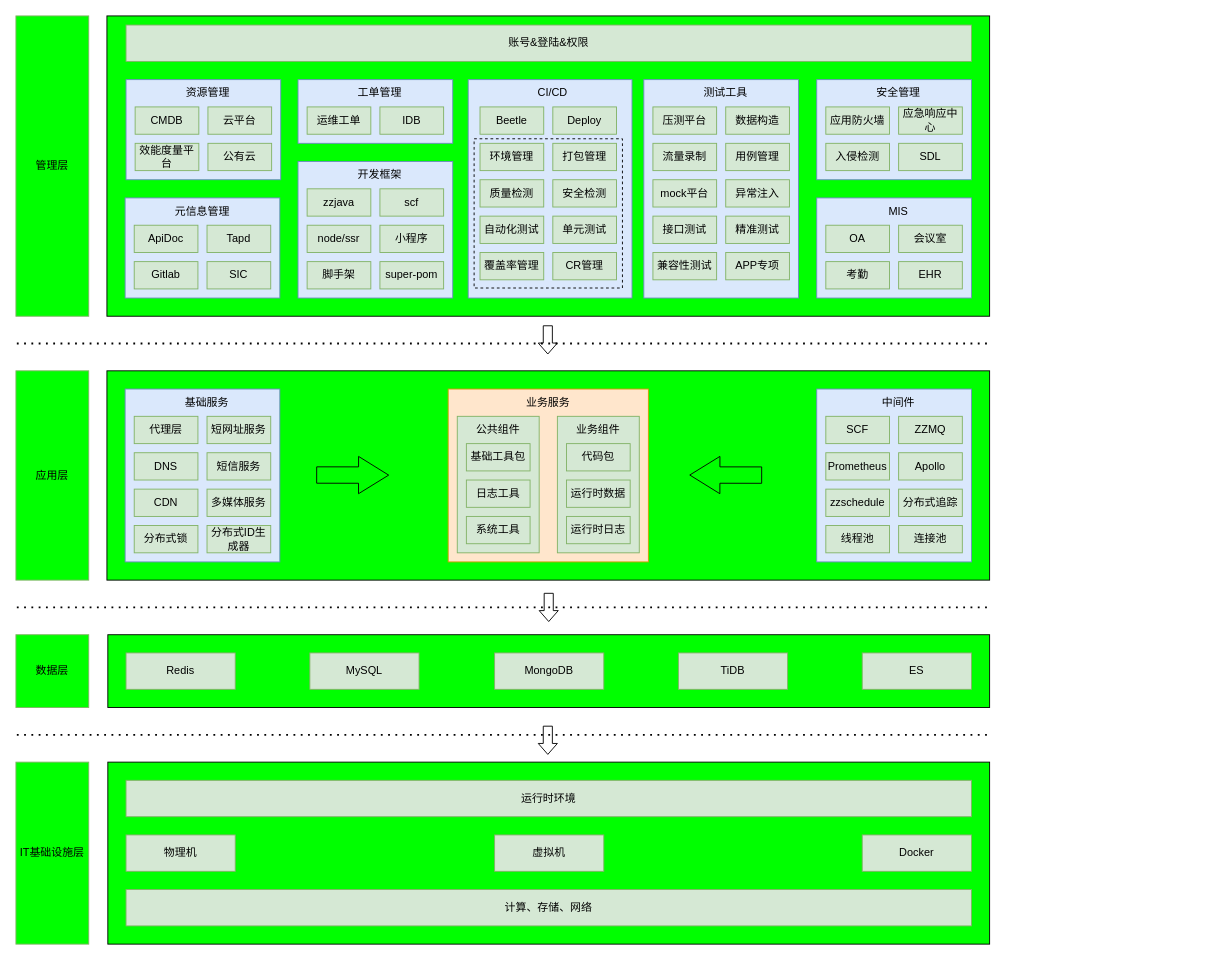
The draw.io diagram tc/技术基础体系架构.drawio in zhuanzhuan-tech/arch-draw-io, before the edit. Source tidied: cells renumbered, new cells numbered last; positions are measured from the earlier drawing's top-left corner, leaving out a move shared by most shapes. Both pictures are drawn from the tidied source at 91%, with x=0, y=0 at pixel (15, 15).
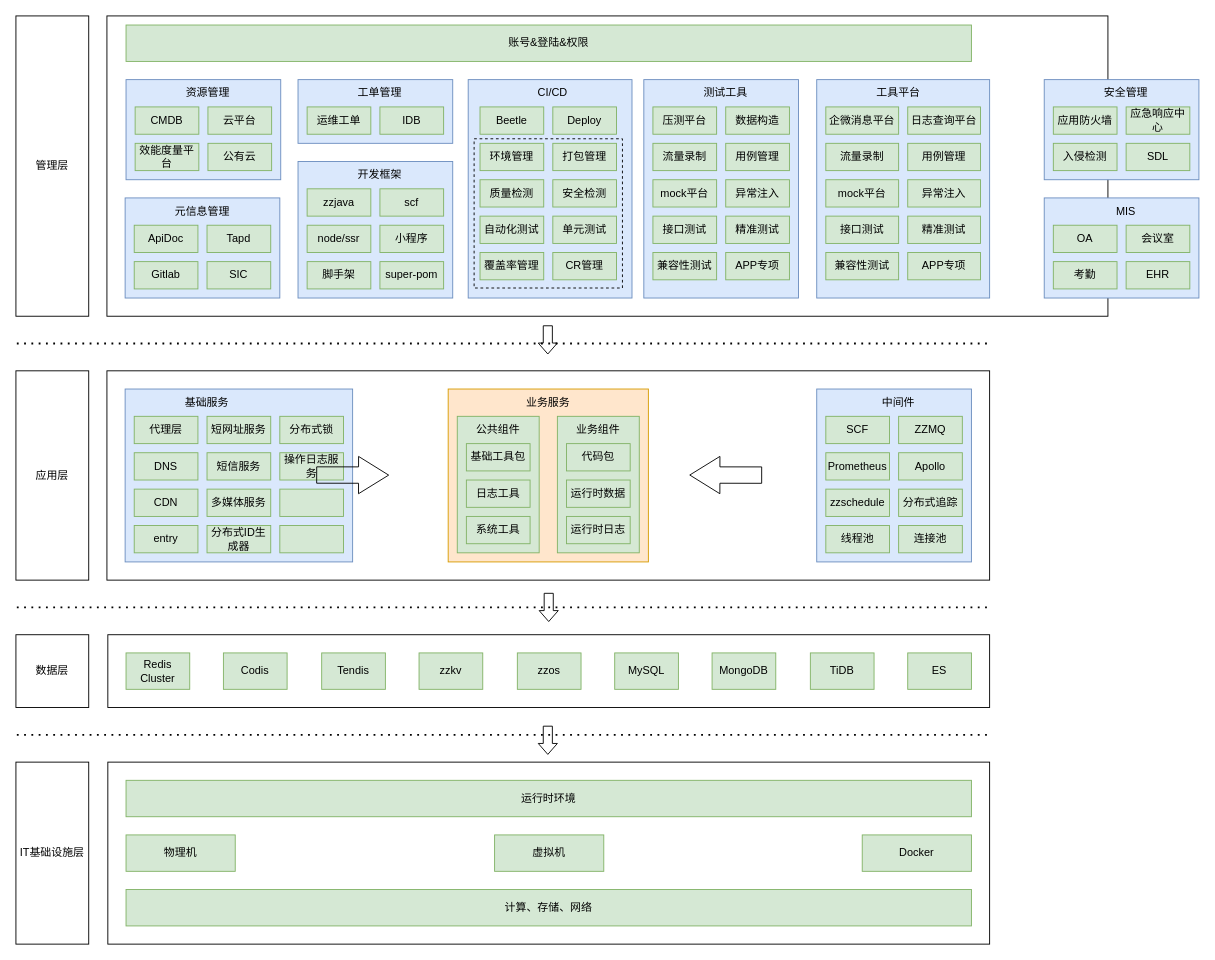
After the change.

Commit message:
更新技术基础体系架构.drawio

Change to the diagram source:
```diff
@@
-    <mxCell id="2" style="rounded=0;whiteSpace=wrap;html=1;fillColor=#00FF00;" parent="1" vertex="1">
+    <mxCell id="2" style="rounded=0;whiteSpace=wrap;html=1;" parent="1" vertex="1">
       <mxGeometry x="101" y="820" width="969" height="200" as="geometry" />
     </mxCell>
-    <mxCell id="3" value="IT基础设施层" style="rounded=0;whiteSpace=wrap;html=1;fillColor=#00FF00;strokeColor=#82b366;" parent="1" vertex="1">
+    <mxCell id="3" value="IT基础设施层" style="rounded=0;whiteSpace=wrap;html=1;" parent="1" vertex="1">
       <mxGeometry y="820" width="80" height="200" as="geometry" />
     </mxCell>
@@
-    <mxCell id="10" style="rounded=0;whiteSpace=wrap;html=1;fillColor=#00FF00;" parent="1" vertex="1">
+    <mxCell id="10" style="rounded=0;whiteSpace=wrap;html=1;" parent="1" vertex="1">
       <mxGeometry x="101" y="680" width="969" height="80" as="geometry" />
     </mxCell>
-    <mxCell id="11" value="数据层" style="rounded=0;whiteSpace=wrap;html=1;fillColor=#00FF00;strokeColor=#82b366;" parent="1" vertex="1">
+    <mxCell id="11" value="数据层" style="rounded=0;whiteSpace=wrap;html=1;" parent="1" vertex="1">
       <mxGeometry y="680" width="80" height="80" as="geometry" />
     </mxCell>
-    <mxCell id="12" value="Redis" style="rounded=0;whiteSpace=wrap;html=1;fillColor=#d5e8d4;strokeColor=#82b366;" parent="1" vertex="1">
-      <mxGeometry x="121" y="700" width="120" height="40" as="geometry" />
+    <mxCell id="12" value="Redis Cluster" style="rounded=0;whiteSpace=wrap;html=1;fillColor=#d5e8d4;strokeColor=#82b366;" parent="1" vertex="1">
+      <mxGeometry x="121" y="700" width="70" height="40" as="geometry" />
     </mxCell>
     <mxCell id="13" value="MySQL" style="rounded=0;whiteSpace=wrap;html=1;fillColor=#d5e8d4;strokeColor=#82b366;" parent="1" vertex="1">
-      <mxGeometry x="323" y="700" width="120" height="40" as="geometry" />
+      <mxGeometry x="658" y="700" width="70" height="40" as="geometry" />
     </mxCell>
     <mxCell id="14" value="ES" style="rounded=0;whiteSpace=wrap;html=1;fillColor=#d5e8d4;strokeColor=#82b366;" parent="1" vertex="1">
-      <mxGeometry x="930" y="700" width="120" height="40" as="geometry" />
+      <mxGeometry x="980" y="700" width="70" height="40" as="geometry" />
     </mxCell>
@@
-    <mxCell id="16" style="rounded=0;whiteSpace=wrap;html=1;fillColor=#00FF00;" parent="1" vertex="1">
+    <mxCell id="16" style="rounded=0;whiteSpace=wrap;html=1;" parent="1" vertex="1">
       <mxGeometry x="100" y="390" width="970" height="230" as="geometry" />
     </mxCell>
-    <mxCell id="17" value="应用层" style="rounded=0;whiteSpace=wrap;html=1;fillColor=#00FF00;strokeColor=#82b366;" parent="1" vertex="1">
+    <mxCell id="17" value="应用层" style="rounded=0;whiteSpace=wrap;html=1;" parent="1" vertex="1">
       <mxGeometry y="390" width="80" height="230" as="geometry" />
     </mxCell>
-    <mxCell id="18" style="rounded=0;whiteSpace=wrap;html=1;fillColor=#00FF00;" parent="1" vertex="1">
-      <mxGeometry x="100" width="970" height="330" as="geometry" />
+    <mxCell id="18" style="rounded=0;whiteSpace=wrap;html=1;" parent="1" vertex="1">
+      <mxGeometry x="100" width="1100" height="330" as="geometry" />
     </mxCell>
-    <mxCell id="19" value="管理层" style="rounded=0;whiteSpace=wrap;html=1;fillColor=#00FF00;strokeColor=#82b366;" parent="1" vertex="1">
+    <mxCell id="19" value="管理层" style="rounded=0;whiteSpace=wrap;html=1;" parent="1" vertex="1">
       <mxGeometry width="80" height="330" as="geometry" />
     </mxCell>
@@
     <mxCell id="45" value="&lt;div style=&quot;&quot;&gt;&lt;br&gt;&lt;/div&gt;" style="rounded=0;whiteSpace=wrap;html=1;fillColor=#dae8fc;strokeColor=#6c8ebf;align=center;" parent="1" vertex="1">
-      <mxGeometry x="880" y="200" width="170" height="110" as="geometry" />
+      <mxGeometry x="1130" y="200" width="170" height="110" as="geometry" />
     </mxCell>
     <mxCell id="46" value="MIS" style="text;html=1;strokeColor=none;fillColor=none;align=center;verticalAlign=middle;whiteSpace=wrap;rounded=0;" parent="1" vertex="1">
-      <mxGeometry x="940" y="200" width="60" height="30" as="geometry" />
+      <mxGeometry x="1190" y="200" width="60" height="30" as="geometry" />
     </mxCell>
     <mxCell id="47" value="考勤" style="rounded=0;whiteSpace=wrap;html=1;fillColor=#d5e8d4;strokeColor=#82b366;" parent="1" vertex="1">
-      <mxGeometry x="890" y="270" width="70" height="30" as="geometry" />
+      <mxGeometry x="1140" y="270" width="70" height="30" as="geometry" />
     </mxCell>
     <mxCell id="48" value="OA" style="rounded=0;whiteSpace=wrap;html=1;fillColor=#d5e8d4;strokeColor=#82b366;" parent="1" vertex="1">
-      <mxGeometry x="890" y="230" width="70" height="30" as="geometry" />
+      <mxGeometry x="1140" y="230" width="70" height="30" as="geometry" />
     </mxCell>
     <mxCell id="49" value="EHR" style="rounded=0;whiteSpace=wrap;html=1;fillColor=#d5e8d4;strokeColor=#82b366;" parent="1" vertex="1">
-      <mxGeometry x="970" y="270" width="70" height="30" as="geometry" />
+      <mxGeometry x="1220" y="270" width="70" height="30" as="geometry" />
     </mxCell>
     <mxCell id="50" value="会议室" style="rounded=0;whiteSpace=wrap;html=1;fillColor=#d5e8d4;strokeColor=#82b366;" parent="1" vertex="1">
-      <mxGeometry x="970" y="230" width="70" height="30" as="geometry" />
+      <mxGeometry x="1220" y="230" width="70" height="30" as="geometry" />
     </mxCell>
     <mxCell id="51" value="&lt;div style=&quot;&quot;&gt;&lt;br&gt;&lt;/div&gt;" style="rounded=0;whiteSpace=wrap;html=1;fillColor=#dae8fc;strokeColor=#6c8ebf;align=center;" parent="1" vertex="1">
-      <mxGeometry x="880" y="70" width="170" height="110" as="geometry" />
+      <mxGeometry x="1130" y="70" width="170" height="110" as="geometry" />
     </mxCell>
     <mxCell id="52" value="安全管理" style="text;html=1;strokeColor=none;fillColor=none;align=center;verticalAlign=middle;whiteSpace=wrap;rounded=0;" parent="1" vertex="1">
-      <mxGeometry x="940" y="70" width="60" height="30" as="geometry" />
+      <mxGeometry x="1190" y="70" width="60" height="30" as="geometry" />
     </mxCell>
     <mxCell id="53" value="入侵检测" style="rounded=0;whiteSpace=wrap;html=1;fillColor=#d5e8d4;strokeColor=#82b366;" parent="1" vertex="1">
-      <mxGeometry x="890" y="140" width="70" height="30" as="geometry" />
+      <mxGeometry x="1140" y="140" width="70" height="30" as="geometry" />
     </mxCell>
     <mxCell id="54" value="应用防火墙" style="rounded=0;whiteSpace=wrap;html=1;fillColor=#d5e8d4;strokeColor=#82b366;" parent="1" vertex="1">
-      <mxGeometry x="890" y="100" width="70" height="30" as="geometry" />
+      <mxGeometry x="1140" y="100" width="70" height="30" as="geometry" />
     </mxCell>
     <mxCell id="55" value="SDL" style="rounded=0;whiteSpace=wrap;html=1;fillColor=#d5e8d4;strokeColor=#82b366;" parent="1" vertex="1">
-      <mxGeometry x="970" y="140" width="70" height="30" as="geometry" />
+      <mxGeometry x="1220" y="140" width="70" height="30" as="geometry" />
     </mxCell>
     <mxCell id="56" value="应急响应中心" style="rounded=0;whiteSpace=wrap;html=1;fillColor=#d5e8d4;strokeColor=#82b366;" parent="1" vertex="1">
-      <mxGeometry x="970" y="100" width="70" height="30" as="geometry" />
+      <mxGeometry x="1220" y="100" width="70" height="30" as="geometry" />
     </mxCell>
@@
     <mxCell id="82" value="MongoDB" style="rounded=0;whiteSpace=wrap;html=1;fillColor=#d5e8d4;strokeColor=#82b366;" parent="1" vertex="1">
-      <mxGeometry x="526" y="700" width="120" height="40" as="geometry" />
+      <mxGeometry x="765" y="700" width="70" height="40" as="geometry" />
     </mxCell>
@@
     <mxCell id="84" value="TiDB" style="rounded=0;whiteSpace=wrap;html=1;fillColor=#d5e8d4;strokeColor=#82b366;" parent="1" vertex="1">
-      <mxGeometry x="728" y="700" width="120" height="40" as="geometry" />
+      <mxGeometry x="873" y="700" width="70" height="40" as="geometry" />
     </mxCell>
     <mxCell id="85" style="group;" parent="1" vertex="1">
-      <mxGeometry x="120" y="410" width="170" height="190" as="geometry" />
+      <mxGeometry x="120" y="410" width="250" height="190" as="geometry" />
     </mxCell>
     <mxCell id="86" value="&lt;div style=&quot;&quot;&gt;&lt;br&gt;&lt;/div&gt;" style="rounded=0;whiteSpace=wrap;html=1;fillColor=#dae8fc;strokeColor=#6c8ebf;align=center;" parent="85" vertex="1">
-      <mxGeometry width="170" height="190" as="geometry" />
+      <mxGeometry width="250" height="190" as="geometry" />
     </mxCell>
@@
-    <mxCell id="91" value="分布式锁" style="rounded=0;whiteSpace=wrap;html=1;fillColor=#d5e8d4;strokeColor=#82b366;" parent="85" vertex="1">
+    <mxCell id="91" value="entry" style="rounded=0;whiteSpace=wrap;html=1;fillColor=#d5e8d4;strokeColor=#82b366;" parent="85" vertex="1">
       <mxGeometry x="10" y="150" width="70" height="30" as="geometry" />
     </mxCell>
@@
+    <mxCell id="125" style="rounded=0;whiteSpace=wrap;html=1;fillColor=#d5e8d4;strokeColor=#82b366;" parent="85" vertex="1">
+      <mxGeometry x="170" y="110" width="70" height="30" as="geometry" />
+    </mxCell>
+    <mxCell id="126" value="操作日志服务" style="rounded=0;whiteSpace=wrap;html=1;fillColor=#d5e8d4;strokeColor=#82b366;" parent="85" vertex="1">
+      <mxGeometry x="170" y="70" width="70" height="30" as="geometry" />
+    </mxCell>
+    <mxCell id="127" value="分布式锁" style="rounded=0;whiteSpace=wrap;html=1;fillColor=#d5e8d4;strokeColor=#82b366;" parent="85" vertex="1">
+      <mxGeometry x="170" y="30" width="70" height="30" as="geometry" />
+    </mxCell>
+    <mxCell id="128" style="rounded=0;whiteSpace=wrap;html=1;fillColor=#d5e8d4;strokeColor=#82b366;" parent="85" vertex="1">
+      <mxGeometry x="170" y="150" width="70" height="30" as="geometry" />
+    </mxCell>
@@
+    <mxCell id="129" value="Codis" style="rounded=0;whiteSpace=wrap;html=1;fillColor=#d5e8d4;strokeColor=#82b366;" parent="1" vertex="1">
+      <mxGeometry x="228" y="700" width="70" height="40" as="geometry" />
+    </mxCell>
+    <mxCell id="130" value="Tendis" style="rounded=0;whiteSpace=wrap;html=1;fillColor=#d5e8d4;strokeColor=#82b366;" parent="1" vertex="1">
+      <mxGeometry x="336" y="700" width="70" height="40" as="geometry" />
+    </mxCell>
+    <mxCell id="131" value="zzos" style="rounded=0;whiteSpace=wrap;html=1;fillColor=#d5e8d4;strokeColor=#82b366;" parent="1" vertex="1">
+      <mxGeometry x="551" y="700" width="70" height="40" as="geometry" />
+    </mxCell>
+    <mxCell id="132" value="&lt;div style=&quot;&quot;&gt;&lt;br&gt;&lt;/div&gt;" style="rounded=0;whiteSpace=wrap;html=1;fillColor=#dae8fc;strokeColor=#6c8ebf;align=center;" parent="1" vertex="1">
+      <mxGeometry x="880" y="70" width="190" height="240" as="geometry" />
+    </mxCell>
+    <mxCell id="133" value="mock平台" style="rounded=0;whiteSpace=wrap;html=1;fillColor=#d5e8d4;strokeColor=#82b366;" parent="1" vertex="1">
+      <mxGeometry x="890" y="180" width="80" height="30" as="geometry" />
+    </mxCell>
+    <mxCell id="134" value="工具平台" style="text;html=1;strokeColor=none;fillColor=none;align=center;verticalAlign=middle;whiteSpace=wrap;rounded=0;" parent="1" vertex="1">
+      <mxGeometry x="940" y="70" width="60" height="30" as="geometry" />
+    </mxCell>
+    <mxCell id="135" value="流量录制" style="rounded=0;whiteSpace=wrap;html=1;fillColor=#d5e8d4;strokeColor=#82b366;" parent="1" vertex="1">
+      <mxGeometry x="890" y="140" width="80" height="30" as="geometry" />
+    </mxCell>
+    <mxCell id="136" value="企微消息平台" style="rounded=0;whiteSpace=wrap;html=1;fillColor=#d5e8d4;strokeColor=#82b366;" parent="1" vertex="1">
+      <mxGeometry x="890" y="100" width="80" height="30" as="geometry" />
+    </mxCell>
+    <mxCell id="137" value="接口测试" style="rounded=0;whiteSpace=wrap;html=1;fillColor=#d5e8d4;strokeColor=#82b366;" parent="1" vertex="1">
+      <mxGeometry x="890" y="220" width="80" height="30" as="geometry" />
+    </mxCell>
+    <mxCell id="138" value="异常注入" style="rounded=0;whiteSpace=wrap;html=1;fillColor=#d5e8d4;strokeColor=#82b366;" parent="1" vertex="1">
+      <mxGeometry x="980" y="180" width="80" height="30" as="geometry" />
+    </mxCell>
+    <mxCell id="139" value="用例管理" style="rounded=0;whiteSpace=wrap;html=1;fillColor=#d5e8d4;strokeColor=#82b366;" parent="1" vertex="1">
+      <mxGeometry x="980" y="140" width="80" height="30" as="geometry" />
+    </mxCell>
+    <mxCell id="140" value="日志查询平台" style="rounded=0;whiteSpace=wrap;html=1;fillColor=#d5e8d4;strokeColor=#82b366;" parent="1" vertex="1">
+      <mxGeometry x="980" y="100" width="80" height="30" as="geometry" />
+    </mxCell>
+    <mxCell id="141" value="精准测试" style="rounded=0;whiteSpace=wrap;html=1;fillColor=#d5e8d4;strokeColor=#82b366;" parent="1" vertex="1">
+      <mxGeometry x="980" y="220" width="80" height="30" as="geometry" />
+    </mxCell>
+    <mxCell id="142" value="兼容性测试" style="rounded=0;whiteSpace=wrap;html=1;fillColor=#d5e8d4;strokeColor=#82b366;" parent="1" vertex="1">
+      <mxGeometry x="890" y="260" width="80" height="30" as="geometry" />
+    </mxCell>
+    <mxCell id="143" value="APP专项" style="rounded=0;whiteSpace=wrap;html=1;fillColor=#d5e8d4;strokeColor=#82b366;" parent="1" vertex="1">
+      <mxGeometry x="980" y="260" width="80" height="30" as="geometry" />
+    </mxCell>
+    <mxCell id="144" value="zzkv" style="rounded=0;whiteSpace=wrap;html=1;fillColor=#d5e8d4;strokeColor=#82b366;" parent="1" vertex="1">
+      <mxGeometry x="443" y="700" width="70" height="40" as="geometry" />
+    </mxCell>
```
